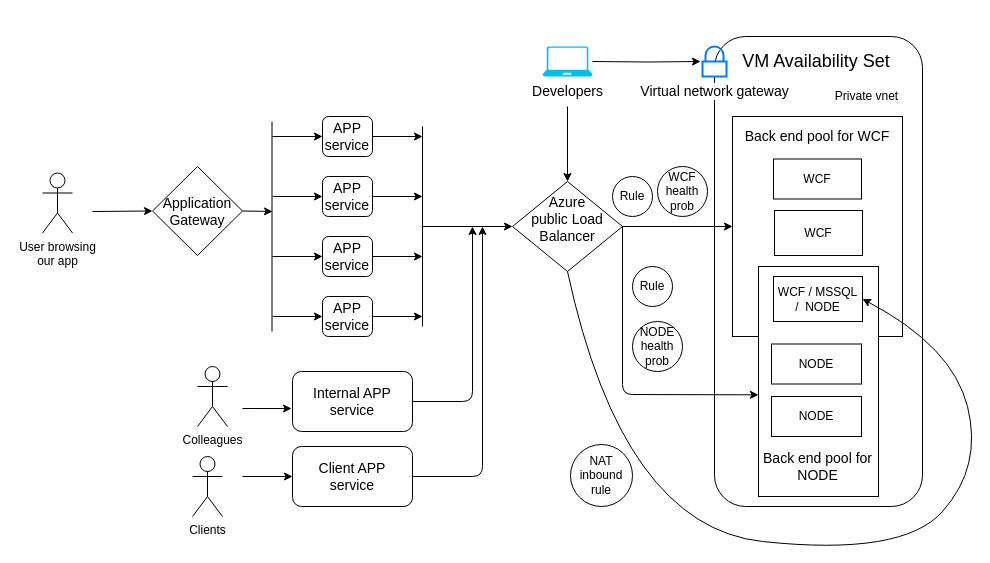
Before: Architecture.drawio in mail4hafij/Azure-Iaas-Paas, a draw.io diagram. Source tidied: cells renumbered, new cells numbered last; positions are measured from the earlier drawing's top-left corner, leaving out a move shared by most shapes. Both pictures are drawn from the tidied source at 100%, with x=0, y=0 at pixel (42, 36).
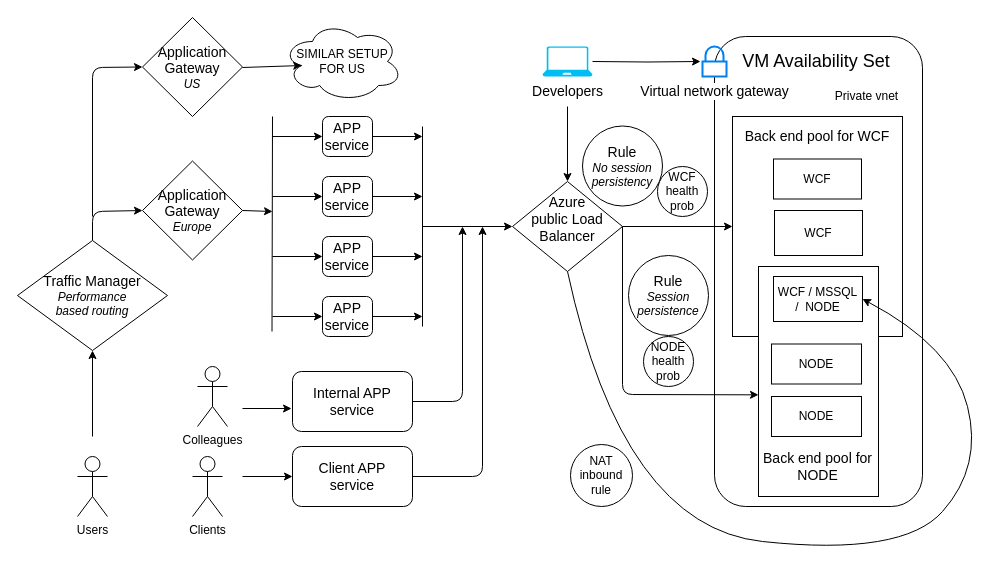
The same diagram, later.

Commit message (it also covers changes not shown here):
Adding Traffic manager

The change refers to these unchanged cells:
```xml
<mxCell id="41" value="&lt;font style=&quot;font-size: 14px&quot;&gt;Internal APP service&lt;/font&gt;" style="rounded=1;whiteSpace=wrap;html=1;" parent="1" vertex="1">
  <mxGeometry x="250" y="335" width="120" height="60" as="geometry" />
</mxCell>
```

What changed in the source:
```diff
@@
-    <mxCell id="17" value="Rule" style="ellipse;whiteSpace=wrap;html=1;" parent="1" vertex="1">
-      <mxGeometry x="570" y="140" width="40" height="40" as="geometry" />
+    <mxCell id="17" value="&lt;div&gt;&lt;font style=&quot;font-size: 14px&quot;&gt;Rule&lt;/font&gt;&lt;/div&gt;&lt;div&gt;&lt;i&gt;No session persistency&lt;/i&gt;&lt;br&gt;&lt;/div&gt;" style="ellipse;whiteSpace=wrap;html=1;" parent="1" vertex="1">
+      <mxGeometry x="540" y="89.5" width="80" height="80" as="geometry" />
     </mxCell>
@@
-    <mxCell id="19" value="Rule" style="ellipse;whiteSpace=wrap;html=1;" parent="1" vertex="1">
-      <mxGeometry x="590" y="230" width="40" height="40" as="geometry" />
+    <mxCell id="19" value="&lt;div&gt;&lt;font style=&quot;font-size: 14px&quot;&gt;Rule&lt;/font&gt;&lt;/div&gt;&lt;div&gt;&lt;i&gt;Session&lt;/i&gt;&lt;/div&gt;&lt;div&gt;&lt;i&gt;persistence&lt;/i&gt;&lt;br&gt;&lt;/div&gt;" style="ellipse;whiteSpace=wrap;html=1;" parent="1" vertex="1">
+      <mxGeometry x="586" y="219" width="80" height="80" as="geometry" />
     </mxCell>
     <mxCell id="20" value="NODE health prob" style="ellipse;whiteSpace=wrap;html=1;" parent="1" vertex="1">
-      <mxGeometry x="590" y="285" width="50" height="50" as="geometry" />
+      <mxGeometry x="601" y="300" width="50" height="50" as="geometry" />
     </mxCell>
@@
-    <mxCell id="34" value="&lt;font style=&quot;font-size: 14px&quot;&gt;Application Gateway&lt;/font&gt;" style="rhombus;whiteSpace=wrap;html=1;" parent="1" vertex="1">
-      <mxGeometry x="110" y="130" width="90" height="89" as="geometry" />
+    <mxCell id="34" value="&lt;div&gt;&lt;font style=&quot;font-size: 14px&quot;&gt;Application Gateway&lt;/font&gt;&lt;/div&gt;&lt;div&gt;&lt;font style=&quot;font-size: 12px&quot;&gt;&lt;i&gt;Europe&lt;/i&gt;&lt;br&gt;&lt;/font&gt;&lt;/div&gt;" style="rhombus;whiteSpace=wrap;html=1;" parent="1" vertex="1">
+      <mxGeometry x="100" y="124.5" width="100" height="99" as="geometry" />
     </mxCell>
     <mxCell id="35" style="endArrow=none;html=1;" parent="1" edge="1">
       <mxGeometry relative="1" as="geometry">
         <mxPoint x="229.5" y="295" as="sourcePoint" />
-        <mxPoint x="229.5" y="85" as="targetPoint" />
+        <mxPoint x="230" y="80" as="targetPoint" />
       </mxGeometry>
     </mxCell>
@@
     <mxCell id="43" style="endArrow=classic;html=1;exitX=1;exitY=0.5;exitDx=0;exitDy=0;" parent="1" edge="1" source="41">
       <mxGeometry relative="1" as="geometry">
-        <mxPoint x="430" y="190" as="targetPoint" />
+        <mxPoint x="420" y="190" as="targetPoint" />
         <Array as="points">
-          <mxPoint x="430" y="365" />
+          <mxPoint x="420" y="365" />
         </Array>
       </mxGeometry>
     </mxCell>
@@
-    <mxCell id="45" value="&lt;div&gt;User browsing &lt;br&gt;&lt;/div&gt;&lt;div&gt;our app&lt;br&gt;&lt;/div&gt;" style="shape=umlActor;verticalLabelPosition=bottom;labelBackgroundColor=#ffffff;verticalAlign=top;html=1;" parent="1" vertex="1">
-      <mxGeometry y="136.5" width="30" height="60" as="geometry" />
+    <mxCell id="45" value="Users" style="shape=umlActor;verticalLabelPosition=bottom;labelBackgroundColor=#ffffff;verticalAlign=top;html=1;" parent="1" vertex="1">
+      <mxGeometry x="35" y="420" width="30" height="60" as="geometry" />
     </mxCell>
-    <mxCell id="46" style="endArrow=classic;html=1;entryX=0;entryY=0.5;entryDx=0;entryDy=0;" parent="1" edge="1" target="34">
+    <mxCell id="46" style="endArrow=classic;html=1;entryX=0;entryY=0.5;entryDx=0;entryDy=0;exitX=0.5;exitY=0;exitDx=0;exitDy=0;" parent="1" edge="1" source="55" target="34">
       <mxGeometry relative="1" as="geometry">
-        <mxPoint x="50" y="175" as="sourcePoint" />
+        <Array as="points">
+          <mxPoint x="50" y="175" />
+        </Array>
       </mxGeometry>
     </mxCell>
@@
+    <mxCell id="55" value="&lt;div&gt;&lt;font style=&quot;font-size: 14px&quot;&gt;Traffic Manager&lt;/font&gt;&lt;/div&gt;&lt;div&gt;&lt;i&gt;&lt;font style=&quot;font-size: 12px&quot;&gt;Performance&lt;/font&gt;&lt;/i&gt;&lt;/div&gt;&lt;div&gt;&lt;i&gt;&lt;font style=&quot;font-size: 12px&quot;&gt; based&lt;/font&gt;&lt;/i&gt;&lt;font style=&quot;font-size: 12px&quot;&gt;&lt;i&gt;&lt;font style=&quot;font-size: 12px&quot;&gt; routing&lt;/font&gt;&lt;/i&gt;&lt;br&gt;&lt;/font&gt;&lt;/div&gt;" style="rhombus;whiteSpace=wrap;html=1;" parent="1" vertex="1">
+      <mxGeometry x="-25" y="204" width="150" height="110" as="geometry" />
+    </mxCell>
+    <mxCell id="56" value="&lt;div&gt;&lt;font style=&quot;font-size: 14px&quot;&gt;Application Gateway&lt;/font&gt;&lt;/div&gt;&lt;div&gt;&lt;font style=&quot;font-size: 12px&quot;&gt;&lt;i&gt;US&lt;/i&gt;&lt;br&gt;&lt;/font&gt;&lt;/div&gt;" style="rhombus;whiteSpace=wrap;html=1;" parent="1" vertex="1">
+      <mxGeometry x="100" y="-19" width="100" height="99" as="geometry" />
+    </mxCell>
+    <mxCell id="57" style="endArrow=classic;html=1;entryX=0.5;entryY=1;entryDx=0;entryDy=0;" parent="1" edge="1" target="55">
+      <mxGeometry relative="1" as="geometry">
+        <mxPoint x="50" y="400" as="sourcePoint" />
+      </mxGeometry>
+    </mxCell>
+    <mxCell id="58" style="endArrow=classic;html=1;entryX=0;entryY=0.5;entryDx=0;entryDy=0;" parent="1" edge="1" target="56">
+      <mxGeometry relative="1" as="geometry">
+        <mxPoint x="50" y="180" as="sourcePoint" />
+        <Array as="points">
+          <mxPoint x="50" y="31" />
+        </Array>
+      </mxGeometry>
+    </mxCell>
+    <mxCell id="59" value="&lt;div&gt;SIMILAR SETUP &lt;br&gt;&lt;/div&gt;&lt;div&gt;FOR US&lt;/div&gt;" style="ellipse;shape=cloud;whiteSpace=wrap;html=1;" parent="1" vertex="1">
+      <mxGeometry x="240" y="-15" width="120" height="80" as="geometry" />
+    </mxCell>
+    <mxCell id="60" style="endArrow=classic;html=1;entryX=0.16;entryY=0.55;entryDx=0;entryDy=0;entryPerimeter=0;" parent="1" edge="1" target="59">
+      <mxGeometry relative="1" as="geometry">
+        <mxPoint x="200" y="31" as="sourcePoint" />
+      </mxGeometry>
+    </mxCell>
```
